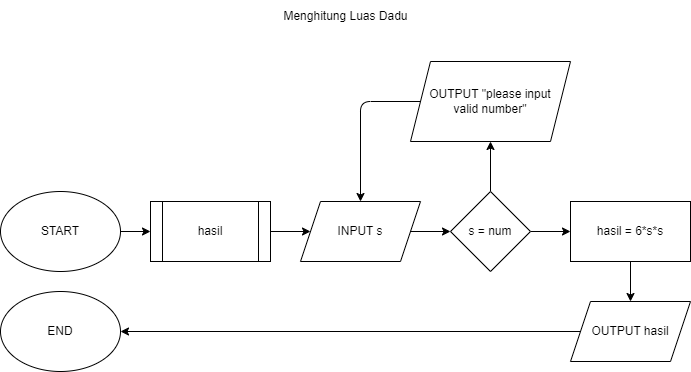
Before: 5-flowchart menghitung sisi dadu.png, a diagram exported from draw.io (patih1/fwg17-computer-science). Source tidied: cells renumbered, new cells last; positions are measured from the earlier drawing's top-left corner, leaving out a move shared by most shapes.
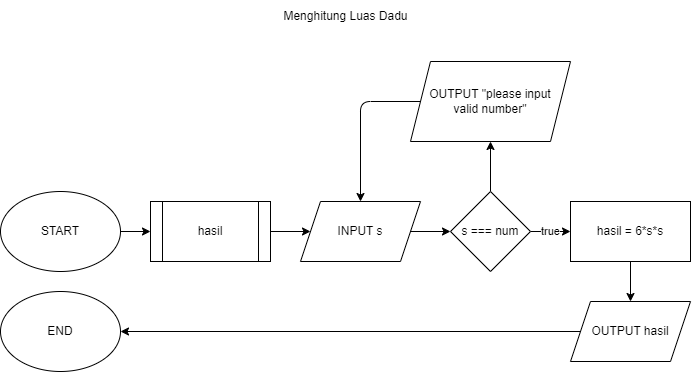
The same file after the commit.

Change to the diagram source:
```diff
@@ -23,10 +23,10 @@
     <mxCell id="8" style="edgeStyle=none;html=1;" parent="1" edge="1" source="10" target="12">
       <mxGeometry relative="1" as="geometry" />
     </mxCell>
-    <mxCell id="9" style="edgeStyle=none;html=1;" parent="1" edge="1" source="10" target="14">
+    <mxCell id="9" value="true" style="edgeStyle=none;html=1;" parent="1" edge="1" source="10" target="14">
       <mxGeometry relative="1" as="geometry" />
     </mxCell>
-    <mxCell id="10" value="s = num" style="rhombus;whiteSpace=wrap;html=1;" parent="1" vertex="1">
+    <mxCell id="10" value="s === num" style="rhombus;whiteSpace=wrap;html=1;" parent="1" vertex="1">
       <mxGeometry x="450" y="190" width="80" height="80" as="geometry" />
     </mxCell>
     <mxCell id="11" style="edgeStyle=none;html=1;exitX=0;exitY=0.5;exitDx=0;exitDy=0;entryX=0.5;entryY=0;entryDx=0;entryDy=0;" parent="1" edge="1" source="12" target="7">
```
